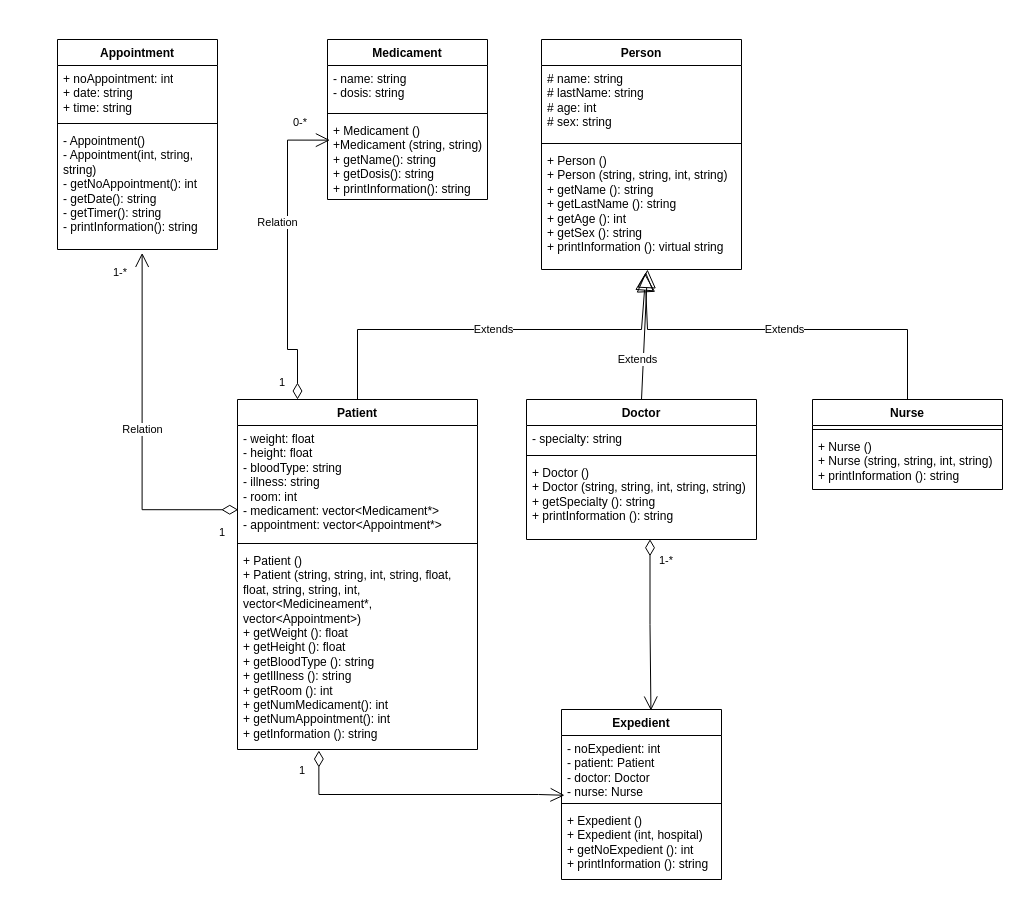
The draw.io diagram Hospital Project UML diagram version 1.drawio in Jorgebottron/Hospital--Proyect, before the edit. Source tidied: cells renumbered, new cells numbered last; positions are measured from the earlier drawing's top-left corner, leaving out a move shared by most shapes. Both pictures are drawn from the tidied source at 100%, with x=0, y=0 at pixel (57, 39).
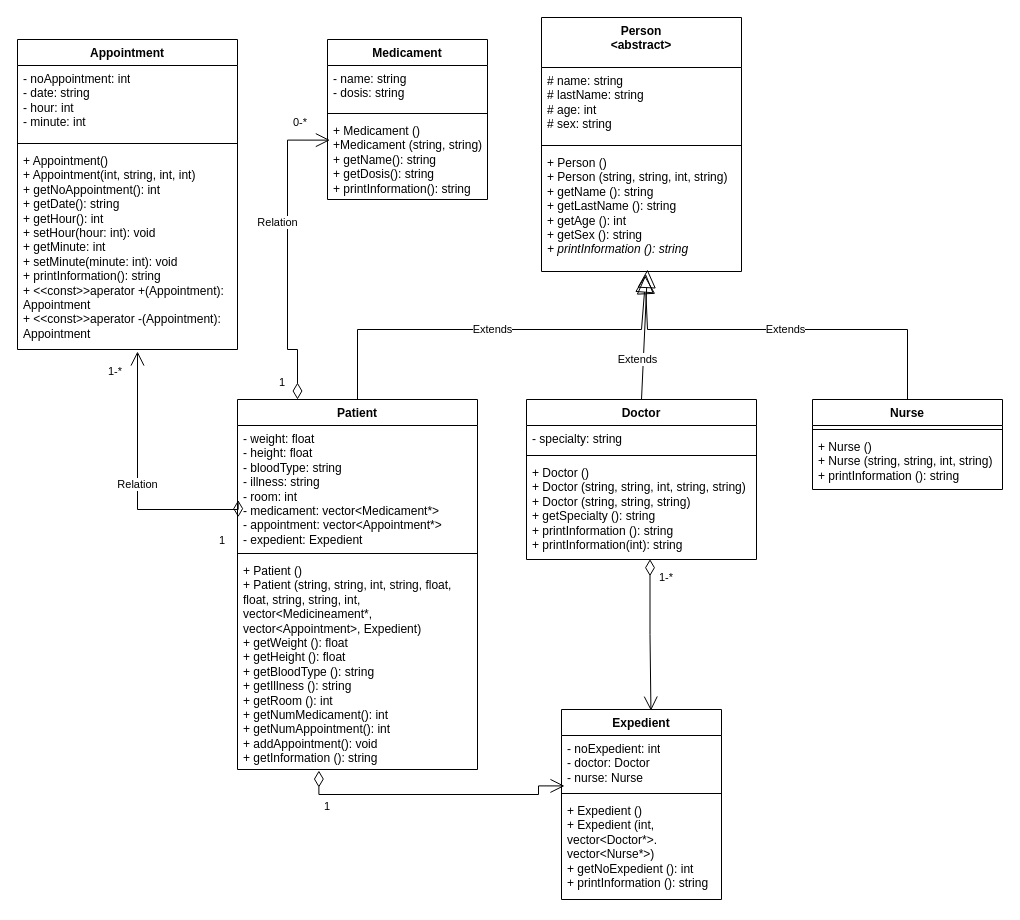
The same diagram, later.

Diff of the diagram source:
```diff
@@
-    <mxCell id="2" value="Person" style="swimlane;fontStyle=1;align=center;verticalAlign=top;horizontal=1;startSize=26;whiteSpace=wrap;html=1;" parent="1" vertex="1">
-      <mxGeometry x="484" width="200" height="230" as="geometry" />
+    <mxCell id="2" value="Person&lt;div&gt;&amp;lt;abstract&amp;gt;&lt;/div&gt;" style="swimlane;fontStyle=1;align=center;verticalAlign=top;horizontal=1;startSize=50;whiteSpace=wrap;html=1;" parent="1" vertex="1">
+      <mxGeometry x="484" y="-22" width="200" height="254" as="geometry" />
     </mxCell>
     <mxCell id="3" value="# name: string&lt;div&gt;# lastName: string&lt;/div&gt;&lt;div&gt;# age: int&lt;/div&gt;&lt;div&gt;# sex: string&lt;/div&gt;" style="text;strokeColor=none;fillColor=none;align=left;verticalAlign=top;spacingLeft=4;spacingRight=4;overflow=hidden;whiteSpace=wrap;html=1;" parent="2" vertex="1">
-      <mxGeometry y="26" width="200" height="74" as="geometry" />
+      <mxGeometry y="50" width="200" height="74" as="geometry" />
     </mxCell>
     <mxCell id="4" style="line;strokeWidth=1;fillColor=none;align=left;verticalAlign=middle;spacingTop=-1;spacingLeft=3;spacingRight=3;labelPosition=right;strokeColor=inherit;" parent="2" vertex="1">
-      <mxGeometry y="100" width="200" height="8" as="geometry" />
+      <mxGeometry y="124" width="200" height="8" as="geometry" />
     </mxCell>
-    <mxCell id="5" value="+ Person ()&lt;div&gt;+ Person (string, string, int, string)&lt;/div&gt;&lt;div&gt;+ getName (): string&lt;/div&gt;&lt;div&gt;+ getLastName (): string&lt;/div&gt;&lt;div&gt;+ getAge (): int&lt;/div&gt;&lt;div&gt;+ getSex (): string&lt;/div&gt;&lt;div&gt;+ printInformation (): virtual string&lt;/div&gt;" style="text;strokeColor=none;fillColor=none;align=left;verticalAlign=top;spacingLeft=4;spacingRight=4;overflow=hidden;points=[[0,0.5],[1,0.5]];portConstraint=eastwest;whiteSpace=wrap;html=1;" parent="2" vertex="1">
-      <mxGeometry y="108" width="200" height="122" as="geometry" />
+    <mxCell id="5" value="+ Person ()&lt;div&gt;+ Person (string, string, int, string)&lt;/div&gt;&lt;div&gt;+ getName (): string&lt;/div&gt;&lt;div&gt;+ getLastName (): string&lt;/div&gt;&lt;div&gt;+ getAge (): int&lt;/div&gt;&lt;div&gt;+ getSex (): string&lt;/div&gt;&lt;div&gt;&lt;i&gt;+ printInformation (): string&lt;/i&gt;&lt;/div&gt;" style="text;strokeColor=none;fillColor=none;align=left;verticalAlign=top;spacingLeft=4;spacingRight=4;overflow=hidden;points=[[0,0.5],[1,0.5]];portConstraint=eastwest;whiteSpace=wrap;html=1;" parent="2" vertex="1">
+      <mxGeometry y="132" width="200" height="122" as="geometry" />
     </mxCell>
     <mxCell id="6" value="Doctor" style="swimlane;fontStyle=1;align=center;verticalAlign=top;horizontal=1;startSize=26;whiteSpace=wrap;html=1;" parent="1" vertex="1">
-      <mxGeometry x="469" y="360" width="230" height="140" as="geometry" />
+      <mxGeometry x="469" y="360" width="230" height="160" as="geometry" />
     </mxCell>
@@
-    <mxCell id="9" value="+ Doctor ()&lt;div&gt;+ Doctor (string, string, int, string, string)&lt;/div&gt;&lt;div&gt;+ getSpecialty (): string&lt;/div&gt;&lt;div&gt;+ printInformation (): string&lt;/div&gt;" style="text;strokeColor=none;fillColor=none;align=left;verticalAlign=top;spacingLeft=4;spacingRight=4;overflow=hidden;points=[[0,0.5],[1,0.5]];portConstraint=eastwest;whiteSpace=wrap;html=1;" parent="6" vertex="1">
-      <mxGeometry y="60" width="230" height="80" as="geometry" />
+    <mxCell id="9" value="+ Doctor ()&lt;div&gt;+ Doctor (string, string, int, string, string)&lt;/div&gt;&lt;div&gt;+ Doctor (string, string, string)&lt;/div&gt;&lt;div&gt;+ getSpecialty (): string&lt;/div&gt;&lt;div&gt;+ printInformation (): string&lt;/div&gt;&lt;div&gt;+ printInformation(int): string&lt;/div&gt;" style="text;strokeColor=none;fillColor=none;align=left;verticalAlign=top;spacingLeft=4;spacingRight=4;overflow=hidden;points=[[0,0.5],[1,0.5]];portConstraint=eastwest;whiteSpace=wrap;html=1;" parent="6" vertex="1">
+      <mxGeometry y="60" width="230" height="100" as="geometry" />
     </mxCell>
@@
     <mxCell id="13" value="Patient" style="swimlane;fontStyle=1;align=center;verticalAlign=top;horizontal=1;startSize=26;whiteSpace=wrap;html=1;" parent="1" vertex="1">
-      <mxGeometry x="180" y="360" width="240" height="350" as="geometry" />
+      <mxGeometry x="180" y="360" width="240" height="370" as="geometry" />
     </mxCell>
-    <mxCell id="14" value="- weight: float&amp;nbsp;&lt;div&gt;- height: float&lt;/div&gt;&lt;div&gt;- bloodType: string&lt;/div&gt;&lt;div&gt;- illness: string&lt;br&gt;- room: int&lt;/div&gt;&lt;div&gt;- medicament: vector&amp;lt;Medicament*&amp;gt;&lt;/div&gt;&lt;div&gt;- appointment: vector&amp;lt;Appointment*&amp;gt;&lt;/div&gt;" style="text;strokeColor=none;fillColor=none;align=left;verticalAlign=top;spacingLeft=4;spacingRight=4;overflow=hidden;points=[[0,0.5],[1,0.5]];portConstraint=eastwest;whiteSpace=wrap;html=1;" parent="13" vertex="1">
-      <mxGeometry y="26" width="240" height="114" as="geometry" />
+    <mxCell id="14" value="- weight: float&amp;nbsp;&lt;div&gt;- height: float&lt;/div&gt;&lt;div&gt;- bloodType: string&lt;/div&gt;&lt;div&gt;- illness: string&lt;br&gt;- room: int&lt;/div&gt;&lt;div&gt;- medicament: vector&amp;lt;Medicament*&amp;gt;&lt;/div&gt;&lt;div&gt;- appointment: vector&amp;lt;Appointment*&amp;gt;&lt;/div&gt;&lt;div&gt;- expedient: Expedient&lt;/div&gt;" style="text;strokeColor=none;fillColor=none;align=left;verticalAlign=top;spacingLeft=4;spacingRight=4;overflow=hidden;points=[[0,0.5],[1,0.5]];portConstraint=eastwest;whiteSpace=wrap;html=1;" parent="13" vertex="1">
+      <mxGeometry y="26" width="240" height="124" as="geometry" />
     </mxCell>
     <mxCell id="15" style="line;strokeWidth=1;fillColor=none;align=left;verticalAlign=middle;spacingTop=-1;spacingLeft=3;spacingRight=3;labelPosition=right;strokeColor=inherit;" parent="13" vertex="1">
-      <mxGeometry y="140" width="240" height="8" as="geometry" />
+      <mxGeometry y="150" width="240" height="8" as="geometry" />
     </mxCell>
-    <mxCell id="16" value="+ Patient ()&lt;div&gt;+ Patient (string, string, int, string, float, float, string, string, int, vector&amp;lt;Medicineament*, v&lt;span style=&quot;background-color: initial;&quot;&gt;ector&amp;lt;Appointment&amp;gt;&lt;/span&gt;&lt;span style=&quot;background-color: initial;&quot;&gt;)&lt;/span&gt;&lt;/div&gt;&lt;div&gt;+ getWeight (): float&lt;/div&gt;&lt;div&gt;+ getHeight (): float&lt;/div&gt;&lt;div&gt;+ getBloodType (): string&lt;/div&gt;&lt;div&gt;+ getIllness (): string&lt;/div&gt;&lt;div&gt;+ getRoom (): int&lt;/div&gt;&lt;div&gt;+ getNumMedicament(): int&lt;/div&gt;&lt;div&gt;+ getNumAppointment(): int&lt;/div&gt;&lt;div&gt;+ getInformation (): string&lt;/div&gt;" style="text;strokeColor=none;fillColor=none;align=left;verticalAlign=top;spacingLeft=4;spacingRight=4;overflow=hidden;points=[[0,0.5],[1,0.5]];portConstraint=eastwest;whiteSpace=wrap;html=1;" parent="13" vertex="1">
-      <mxGeometry y="148" width="240" height="202" as="geometry" />
+    <mxCell id="16" value="+ Patient ()&lt;div&gt;+ Patient (string, string, int, string, float, float, string, string, int, vector&amp;lt;Medicineament*, v&lt;span style=&quot;background-color: initial;&quot;&gt;ector&amp;lt;Appointment&amp;gt;, Expedient&lt;/span&gt;&lt;span style=&quot;background-color: initial;&quot;&gt;)&lt;/span&gt;&lt;/div&gt;&lt;div&gt;+ getWeight (): float&lt;/div&gt;&lt;div&gt;+ getHeight (): float&lt;/div&gt;&lt;div&gt;+ getBloodType (): string&lt;/div&gt;&lt;div&gt;+ getIllness (): string&lt;/div&gt;&lt;div&gt;+ getRoom (): int&lt;/div&gt;&lt;div&gt;+ getNumMedicament(): int&lt;/div&gt;&lt;div&gt;+ getNumAppointment(): int&lt;br&gt;+ addAppointment(): void&lt;/div&gt;&lt;div&gt;+ getInformation (): string&lt;/div&gt;" style="text;strokeColor=none;fillColor=none;align=left;verticalAlign=top;spacingLeft=4;spacingRight=4;overflow=hidden;points=[[0,0.5],[1,0.5]];portConstraint=eastwest;whiteSpace=wrap;html=1;" parent="13" vertex="1">
+      <mxGeometry y="158" width="240" height="212" as="geometry" />
     </mxCell>
@@
     <mxCell id="21" value="Expedient" style="swimlane;fontStyle=1;align=center;verticalAlign=top;horizontal=1;startSize=26;whiteSpace=wrap;html=1;" parent="1" vertex="1">
-      <mxGeometry x="504" y="670" width="160" height="170" as="geometry" />
+      <mxGeometry x="504" y="670" width="160" height="190" as="geometry" />
     </mxCell>
-    <mxCell id="22" value="- noExpedient: int&lt;div&gt;- patient: Patient&lt;/div&gt;&lt;div&gt;- doctor: Doctor&lt;/div&gt;&lt;div&gt;- nurse: Nurse&lt;/div&gt;" style="text;strokeColor=none;fillColor=none;align=left;verticalAlign=top;spacingLeft=4;spacingRight=4;overflow=hidden;points=[[0,0.5],[1,0.5]];portConstraint=eastwest;whiteSpace=wrap;html=1;" parent="21" vertex="1">
-      <mxGeometry y="26" width="160" height="64" as="geometry" />
+    <mxCell id="22" value="- noExpedient: int&lt;div&gt;- doctor: Doctor&lt;/div&gt;&lt;div&gt;- nurse: Nurse&lt;/div&gt;" style="text;strokeColor=none;fillColor=none;align=left;verticalAlign=top;spacingLeft=4;spacingRight=4;overflow=hidden;points=[[0,0.5],[1,0.5]];portConstraint=eastwest;whiteSpace=wrap;html=1;" parent="21" vertex="1">
+      <mxGeometry y="26" width="160" height="54" as="geometry" />
     </mxCell>
     <mxCell id="23" style="line;strokeWidth=1;fillColor=none;align=left;verticalAlign=middle;spacingTop=-1;spacingLeft=3;spacingRight=3;labelPosition=right;strokeColor=inherit;" parent="21" vertex="1">
-      <mxGeometry y="90" width="160" height="8" as="geometry" />
+      <mxGeometry y="80" width="160" height="8" as="geometry" />
     </mxCell>
-    <mxCell id="24" value="+ Expedient ()&lt;div&gt;+ Expedient (int, hospital)&lt;/div&gt;&lt;div&gt;+ getNoExpedient (): int&lt;/div&gt;&lt;div&gt;+ printInformation (): string&lt;/div&gt;" style="text;strokeColor=none;fillColor=none;align=left;verticalAlign=top;spacingLeft=4;spacingRight=4;overflow=hidden;whiteSpace=wrap;html=1;" parent="21" vertex="1">
-      <mxGeometry y="98" width="160" height="72" as="geometry" />
+    <mxCell id="24" value="+ Expedient ()&lt;div&gt;+ Expedient (int, vector&amp;lt;Doctor*&amp;gt;. vector&amp;lt;Nurse*&amp;gt;)&lt;/div&gt;&lt;div&gt;+ getNoExpedient (): int&lt;/div&gt;&lt;div&gt;+ printInformation (): string&lt;/div&gt;" style="text;strokeColor=none;fillColor=none;align=left;verticalAlign=top;spacingLeft=4;spacingRight=4;overflow=hidden;whiteSpace=wrap;html=1;" parent="21" vertex="1">
+      <mxGeometry y="88" width="160" height="102" as="geometry" />
     </mxCell>
@@
     <mxCell id="31" value="Appointment" style="swimlane;fontStyle=1;align=center;verticalAlign=top;horizontal=1;startSize=26;whiteSpace=wrap;html=1;" parent="1" vertex="1">
-      <mxGeometry width="160" height="210" as="geometry" />
+      <mxGeometry x="-40" width="220" height="310" as="geometry" />
     </mxCell>
-    <mxCell id="32" value="+ noAppointment: int&lt;div&gt;+ date: string&lt;/div&gt;&lt;div&gt;+ time: string&lt;/div&gt;" style="text;strokeColor=none;fillColor=none;align=left;verticalAlign=top;spacingLeft=4;spacingRight=4;overflow=hidden;whiteSpace=wrap;html=1;" parent="31" vertex="1">
-      <mxGeometry y="26" width="160" height="54" as="geometry" />
+    <mxCell id="32" value="- noAppointment: int&lt;div&gt;- date: string&lt;/div&gt;&lt;div&gt;- hour: int&lt;/div&gt;&lt;div&gt;- minute: int&lt;/div&gt;" style="text;strokeColor=none;fillColor=none;align=left;verticalAlign=top;spacingLeft=4;spacingRight=4;overflow=hidden;whiteSpace=wrap;html=1;" parent="31" vertex="1">
+      <mxGeometry y="26" width="220" height="74" as="geometry" />
     </mxCell>
     <mxCell id="33" style="line;strokeWidth=1;fillColor=none;align=left;verticalAlign=middle;spacingTop=-1;spacingLeft=3;spacingRight=3;labelPosition=right;strokeColor=inherit;" parent="31" vertex="1">
-      <mxGeometry y="80" width="160" height="8" as="geometry" />
+      <mxGeometry y="100" width="220" height="8" as="geometry" />
     </mxCell>
-    <mxCell id="34" value="- Appointment()&lt;div&gt;- Appointment(int, string, string)&lt;/div&gt;&lt;div&gt;- getNoAppointment(): int&lt;/div&gt;&lt;div&gt;- getDate(): string&lt;/div&gt;&lt;div&gt;- getTimer(): string&lt;/div&gt;&lt;div&gt;- printInformation(): string&amp;nbsp;&lt;/div&gt;" style="text;strokeColor=none;fillColor=none;align=left;verticalAlign=top;spacingLeft=4;spacingRight=4;overflow=hidden;points=[[0,0.5],[1,0.5]];portConstraint=eastwest;whiteSpace=wrap;html=1;" parent="31" vertex="1">
-      <mxGeometry y="88" width="160" height="122" as="geometry" />
+    <mxCell id="34" value="+ Appointment()&lt;div&gt;+ Appointment(int, string, int, int)&lt;/div&gt;&lt;div&gt;+ getNoAppointment(): int&lt;/div&gt;&lt;div&gt;+ getDate(): string&lt;/div&gt;&lt;div&gt;+ getHour(): int&lt;/div&gt;&lt;div&gt;+ setHour(hour: int): void&lt;/div&gt;&lt;div&gt;+ getMinute: int&lt;/div&gt;&lt;div&gt;+ setMinute(minute: int): void&lt;/div&gt;&lt;div&gt;+ printInformation(): string&amp;nbsp;&lt;/div&gt;&lt;div&gt;+ &amp;lt;&amp;lt;const&amp;gt;&amp;gt;aperator +(Appointment): Appointment&lt;/div&gt;&lt;div&gt;+ &amp;lt;&amp;lt;const&amp;gt;&amp;gt;aperator -(Appointment): Appointment&lt;br&gt;&lt;/div&gt;" style="text;strokeColor=none;fillColor=none;align=left;verticalAlign=top;spacingLeft=4;spacingRight=4;overflow=hidden;points=[[0,0.5],[1,0.5]];portConstraint=eastwest;whiteSpace=wrap;html=1;" parent="31" vertex="1">
+      <mxGeometry y="108" width="220" height="202" as="geometry" />
     </mxCell>
-    <mxCell id="35" value="Relation" style="endArrow=open;html=1;endSize=12;startArrow=diamondThin;startSize=14;startFill=0;edgeStyle=orthogonalEdgeStyle;rounded=0;entryX=0.529;entryY=1.028;entryDx=0;entryDy=0;entryPerimeter=0;exitX=0.003;exitY=0.739;exitDx=0;exitDy=0;exitPerimeter=0;" parent="1" edge="1" source="14" target="34">
+    <mxCell id="35" value="Relation" style="endArrow=open;html=1;endSize=12;startArrow=diamondThin;startSize=14;startFill=0;edgeStyle=orthogonalEdgeStyle;rounded=0;exitX=0.003;exitY=0.739;exitDx=0;exitDy=0;exitPerimeter=0;" parent="1" edge="1" source="14">
       <mxGeometry relative="1" as="geometry">
+        <mxPoint x="80" y="312" as="targetPoint" />
         <Array as="points">
-          <mxPoint x="85" y="470" />
+          <mxPoint x="181" y="470" />
+          <mxPoint x="80" y="470" />
+          <mxPoint x="80" y="312" />
         </Array>
       </mxGeometry>
     </mxCell>
```
